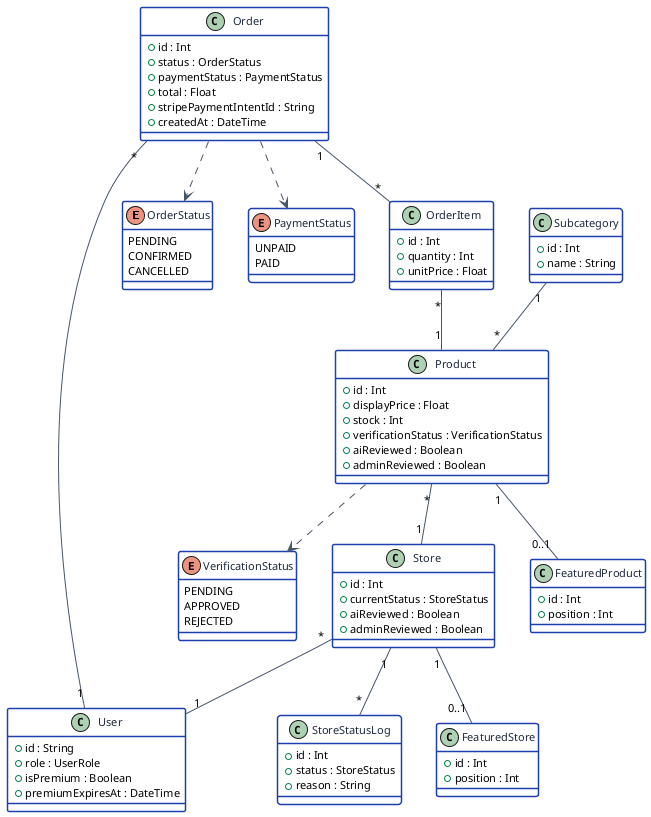
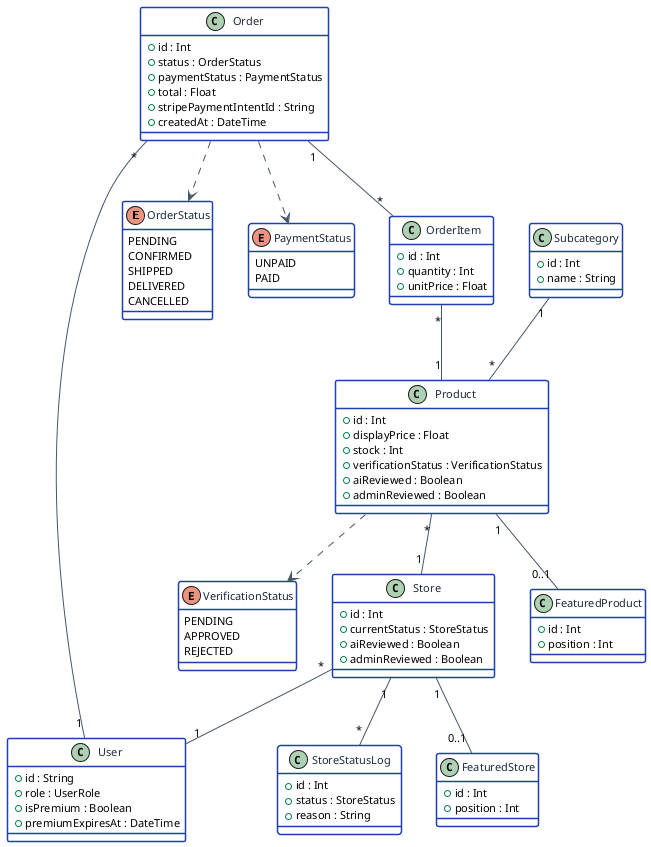
@startuml class-release2

skinparam defaultFontName Helvetica
skinparam defaultFontSize 11
skinparam backgroundColor #FFFFFF
skinparam shadowing false

skinparam class {
  BackgroundColor #FFFFFF
  BorderColor #1E40AF
  BorderThickness 1.5
  ArrowColor #475569
  FontColor #1E293B
}
skinparam enum {
  BackgroundColor #EFF6FF
  BorderColor #1E40AF
}

enum OrderStatus {
  PENDING
  CONFIRMED
+   SHIPPED
+   DELIVERED
  CANCELLED
}
enum PaymentStatus {
  UNPAID
  PAID
}
enum VerificationStatus {
  PENDING
  APPROVED
  REJECTED
}

class User {
  +id : String
  +role : UserRole
  +isPremium : Boolean
  +premiumExpiresAt : DateTime
}

class Order {
  +id : Int
  +status : OrderStatus
  +paymentStatus : PaymentStatus
  +total : Float
  +stripePaymentIntentId : String
  +createdAt : DateTime
}

class OrderItem {
  +id : Int
  +quantity : Int
  +unitPrice : Float
}

class Product {
  +id : Int
  +displayPrice : Float
  +stock : Int
  +verificationStatus : VerificationStatus
  +aiReviewed : Boolean
  +adminReviewed : Boolean
}

class Store {
  +id : Int
  +currentStatus : StoreStatus
  +aiReviewed : Boolean
  +adminReviewed : Boolean
}

class StoreStatusLog {
  +id : Int
  +status : StoreStatus
  +reason : String
}

class FeaturedStore {
  +id : Int
  +position : Int
}
class FeaturedProduct {
  +id : Int
  +position : Int
}

class Subcategory {
  +id : Int
  +name : String
}

User "1"  -- "*"    Order
Order "1" -- "*"    OrderItem
OrderItem "*" -- "1" Product
Product "*" -- "1"  Store
Store "*" -- "1"    User
Store "1" -- "*"    StoreStatusLog
Store "1" -- "0..1" FeaturedStore
Product "1" -- "0..1" FeaturedProduct
Subcategory "1" -- "*" Product

Order ..> OrderStatus
Order ..> PaymentStatus
Product ..> VerificationStatus

@enduml
